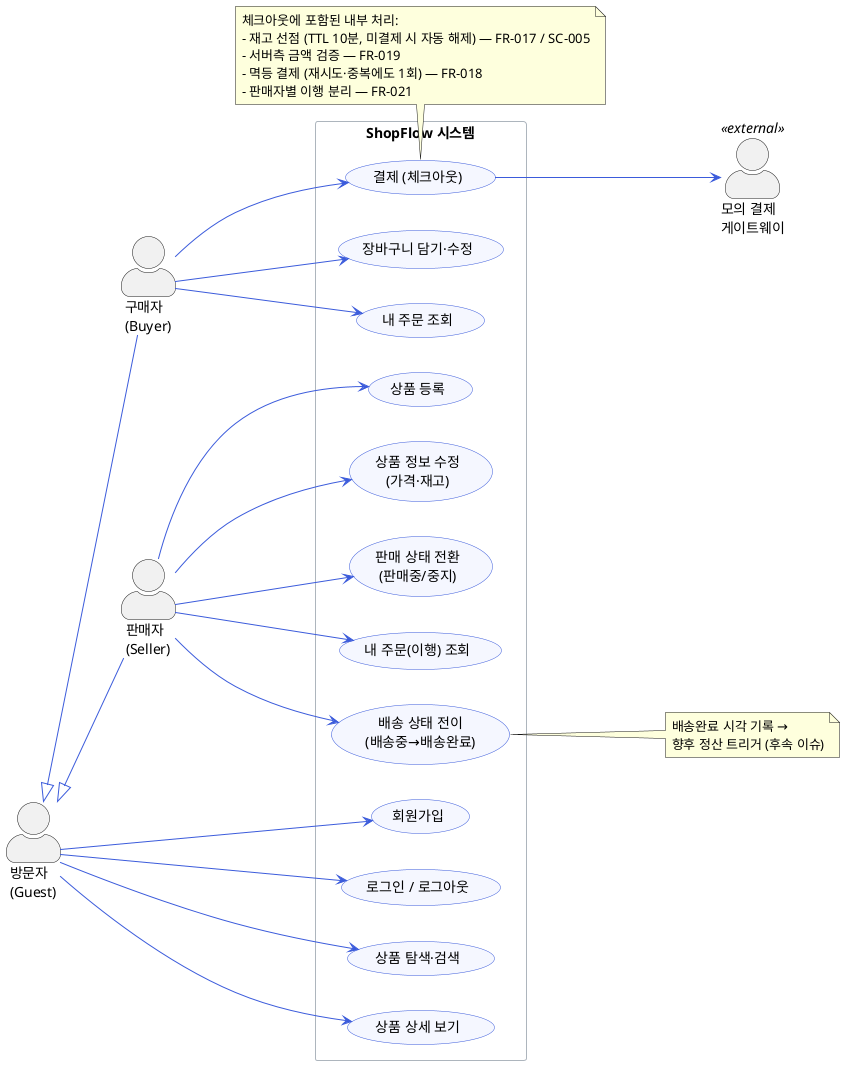
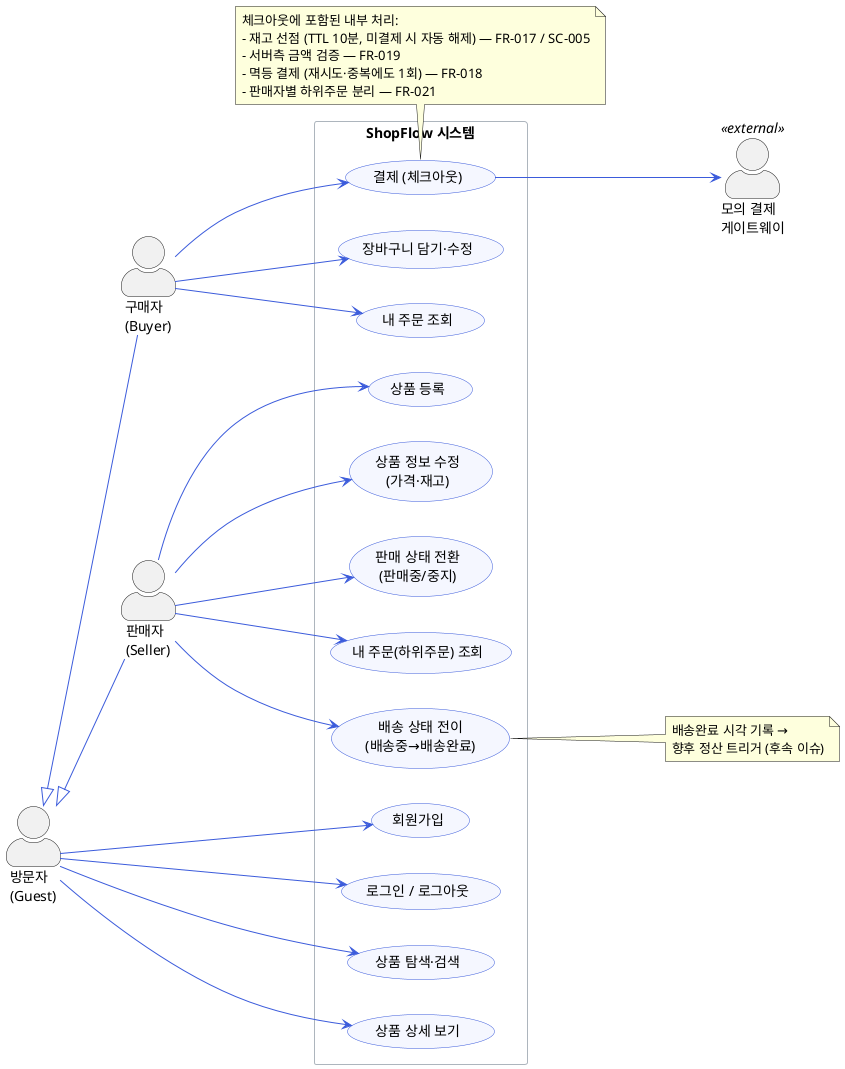
@startuml usecase-marketplace-core
' ShopFlow — 멀티셀러 핵심 커머스 (구매·판매) 유즈케이스 다이어그램
' 근거: specs/001-marketplace-core/spec.md (액터 및 FR-001~025)

skinparam backgroundColor #FFFFFF
skinparam shadowing false
skinparam packageStyle rectangle
skinparam defaultFontName "Apple SD Gothic Neo"
skinparam actorStyle awesome
skinparam usecase {
  BackgroundColor #F5F7FF
  BorderColor #3B5BDB
  ArrowColor #3B5BDB
}
skinparam rectangle {
  BorderColor #ADB5BD
}

left to right direction

' ===== 액터 =====
actor "방문자\n(Guest)" as Guest
actor "구매자\n(Buyer)" as Buyer
actor "판매자\n(Seller)" as Seller
actor "모의 결제\n게이트웨이" as PG <<external>>

' 역할 상속: 구매자/판매자는 가입한 사용자(방문자에서 전환)
Guest <|-- Buyer
Guest <|-- Seller

rectangle "ShopFlow 시스템" {

  ' ---- 계정·인증 (FR-001~005) ----
  usecase "회원가입" as UC_SignUp
  usecase "로그인 / 로그아웃" as UC_Login

  ' ---- 판매 (FR-006~011) ----
  usecase "상품 등록" as UC_AddProduct
  usecase "상품 정보 수정\n(가격·재고)" as UC_EditProduct
  usecase "판매 상태 전환\n(판매중/중지)" as UC_ToggleSale
-   usecase "내 주문(이행) 조회" as UC_SellerOrders
+   usecase "내 주문(하위주문) 조회" as UC_SellerOrders
  usecase "배송 상태 전이\n(배송중→배송완료)" as UC_Fulfill

  ' ---- 구매 (FR-012~016) ----
  usecase "상품 탐색·검색" as UC_Browse
  usecase "상품 상세 보기" as UC_ViewProduct
  usecase "장바구니 담기·수정" as UC_Cart
  usecase "결제 (체크아웃)" as UC_Checkout
  usecase "내 주문 조회" as UC_BuyerOrders
}

' ===== 액터 - 유즈케이스 연결 =====
Guest --> UC_SignUp
Guest --> UC_Login
Guest --> UC_Browse
Guest --> UC_ViewProduct

Buyer --> UC_Cart
Buyer --> UC_Checkout
Buyer --> UC_BuyerOrders

Seller --> UC_AddProduct
Seller --> UC_EditProduct
Seller --> UC_ToggleSale
Seller --> UC_SellerOrders
Seller --> UC_Fulfill

' ===== 결제(체크아웃)는 외부 모의 게이트웨이와 직접 연동 =====
UC_Checkout --> PG

' 결제 내부 절차는 별도 유즈케이스로 분리하지 않고 체크아웃에 흡수(재사용 없는 내부 단계).
' 요구사항 추적성은 아래 노트로 유지한다.
note bottom of UC_Checkout
  체크아웃에 포함된 내부 처리:
  - 재고 선점 (TTL 10분, 미결제 시 자동 해제) — FR-017 / SC-005
  - 서버측 금액 검증 — FR-019
  - 멱등 결제 (재시도·중복에도 1회) — FR-018
-   - 판매자별 이행 분리 — FR-021
+   - 판매자별 하위주문 분리 — FR-021
end note

note right of UC_Fulfill
  배송완료 시각 기록 →
  향후 정산 트리거 (후속 이슈)
end note

@enduml
